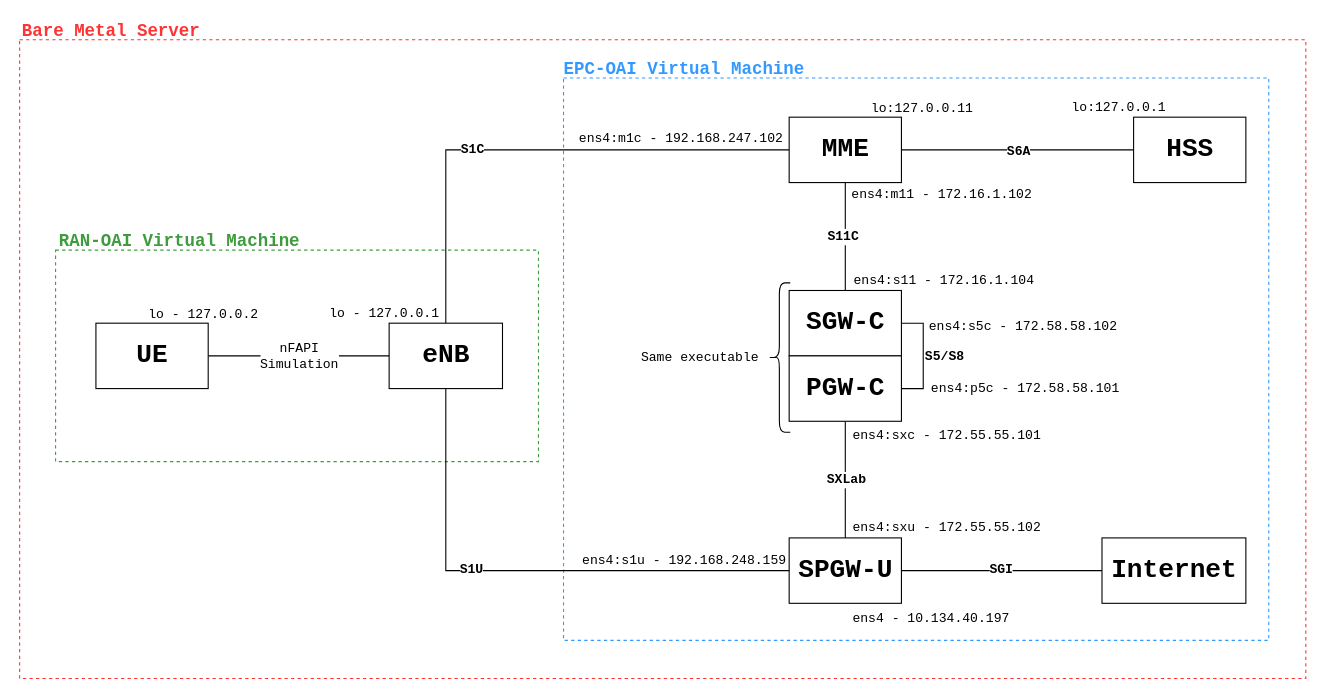
Before: docs/EPC-RAN_Connection.drawio in jrmejiaa/oai_core, a draw.io diagram. Source tidied: cells renumbered, new cells numbered last; positions are measured from the earlier drawing's top-left corner, leaving out a move shared by most shapes. Both pictures are drawn from the tidied source at 109%, with x=0, y=0 at pixel (20, 19).
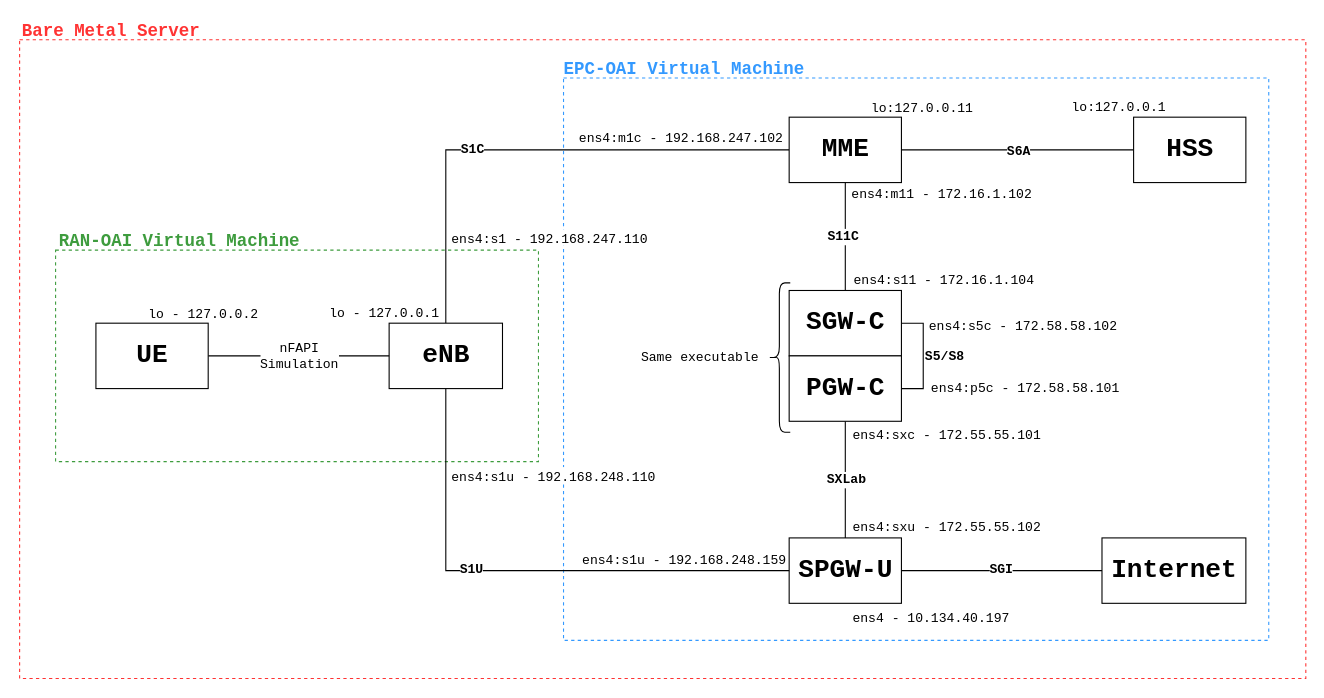
After the change.

Change to the diagram source:
```diff
@@
+    <mxCell id="47" value="ens4:s1u - 192.168.248.110" style="text;html=1;align=left;verticalAlign=top;spacingTop=-4;fontFamily=Courier New;fillColor=#ffffff;" parent="1" vertex="1">
+      <mxGeometry x="394" y="411" width="198" height="15" as="geometry" />
+    </mxCell>
+    <mxCell id="48" value="ens4:s1 - 192.168.247.110" style="text;html=1;align=left;verticalAlign=top;spacingTop=-4;fontFamily=Courier New;fillColor=#ffffff;" parent="1" vertex="1">
+      <mxGeometry x="394" y="193" width="191" height="15" as="geometry" />
+    </mxCell>
```
